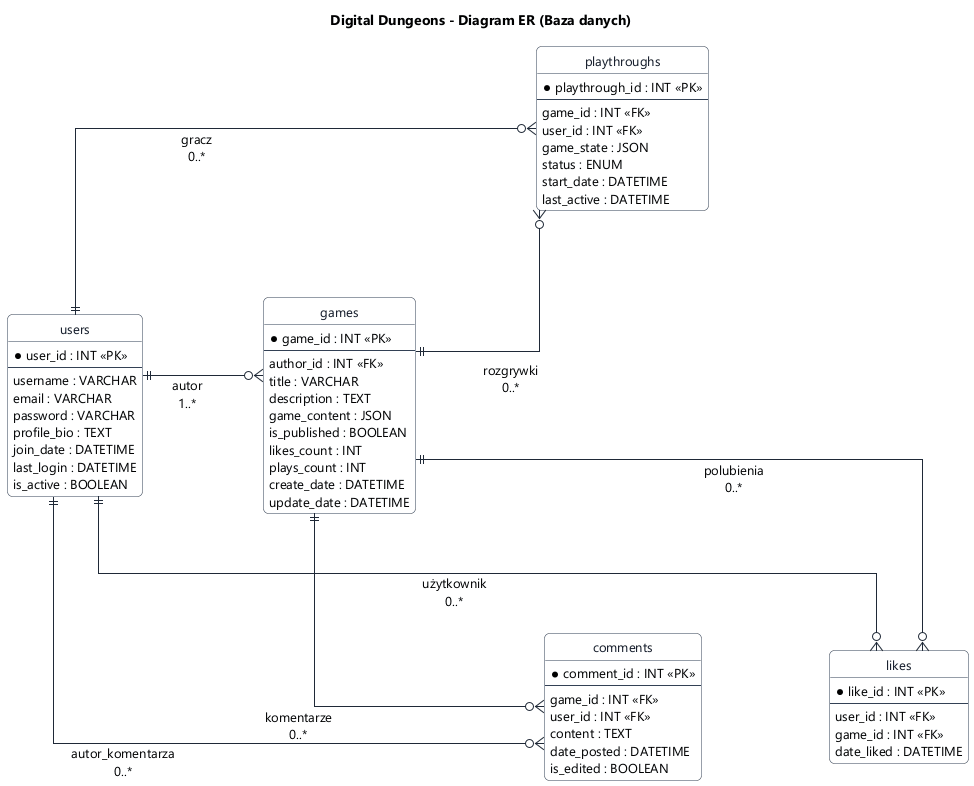
Above: Praca Licencjacka/diagramy-plantuml/erd.png in NasiadkaMaciej/Digital-Dungeons (PlantUML), before the change.
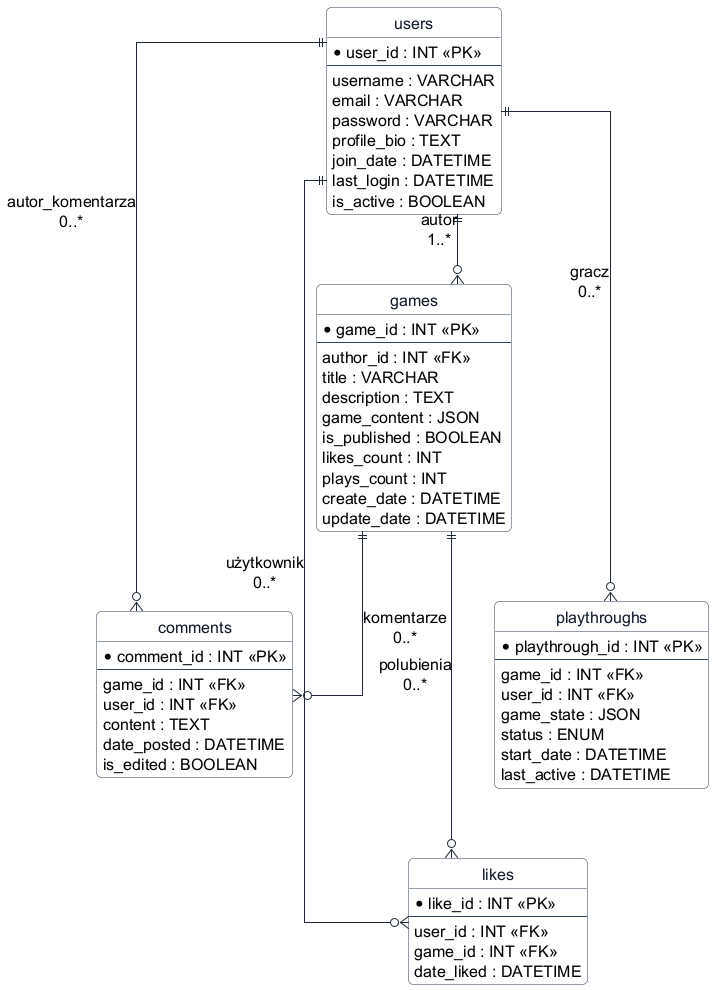
The same diagram one commit later.

Change to the diagram source:
```diff
@@ -1,14 +1,14 @@
 @startuml
 !include style.iuml
-title Digital Dungeons - Diagram ER (Baza danych)
-left to right direction
+hide footbox
+top to bottom direction
 skinparam linetype ortho
 skinparam shadowing false
-skinparam nodesep 140
-skinparam ranksep 120
-skinparam horizontalLabelDistance 80
+skinparam nodesep 40
+skinparam ranksep 70
+skinparam horizontalLabelDistance 120
 skinparam verticalLabelDistance 24
-skinparam entityPadding 12
+skinparam entityPadding 22
 
 entity "users" as USERS {
   * user_id : INT <<PK>>
@@ -46,7 +46,6 @@
   start_date : DATETIME
   last_active : DATETIME
 }
-
 entity "comments" as COMMENTS {
   * comment_id : INT <<PK>>
   --
@@ -65,7 +64,8 @@
   date_liked : DATETIME
 }
 
-GAMES ||--o{ PLAYTHROUGHS : "\nrozgrywki\n0..*"
+
+
 USERS ||--o{ PLAYTHROUGHS : "gracz\n0..*"
 USERS ||--o{ GAMES : "autor\n1..*"
 GAMES ||--o{ COMMENTS : "komentarze\n0..*"
@@ -73,8 +73,20 @@
 USERS ||--o{ LIKES : "użytkownik\n0..*"
 GAMES ||--o{ LIKES : "polubienia\n0..*"
 
+USERS -[hidden]-> COMMENTS
+
+USERS -[hidden]-> GAMES
+COMMENTS -[hidden]-> GAMES
+
+PLAYTHROUGHS -[hidden]-> LIKES
+PLAYTHROUGHS -[hidden]-> GAMES
+LIKES -[hidden]-> GAMES
+
+USERS -[hidden]-> COMMENTS
+USERS -[hidden]-> COMMENTS
+COMMENTS -[hidden]-> GAMES
 USERS -[hidden]-> GAMES
 GAMES -[hidden]-> PLAYTHROUGHS
-GAMES -[hidden]-> COMMENTS
-COMMENTS -[hidden]-> LIKES
+GAMES -[hidden]-> LIKES
+PLAYTHROUGHS -[hidden]-> LIKES
 @enduml
```
